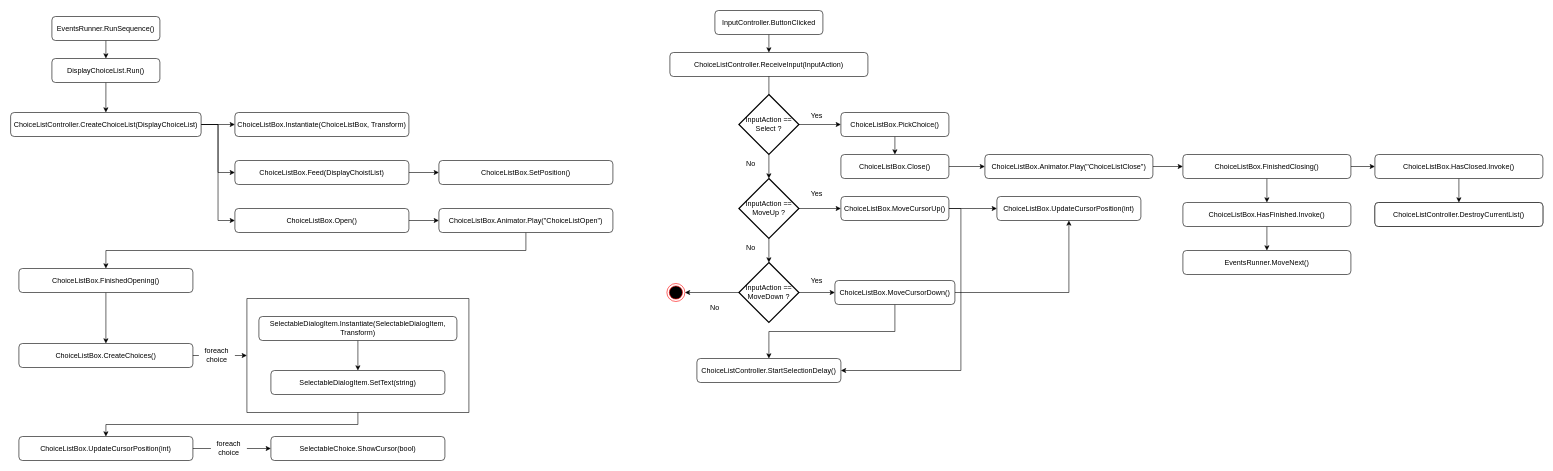
This is page "Dialogs.DisplayChoiceList" (4 of 8) of Ace_Engine.drawio from MaximeJoly96/LC_Unity, a draw.io file, before an edit. Source tidied: cells renumbered, new cells numbered last; positions are measured from the earlier drawing's top-left corner, leaving out a move shared by most shapes. Both pictures are drawn from the tidied source at 60%, with x=0, y=0 at pixel (10, 10).
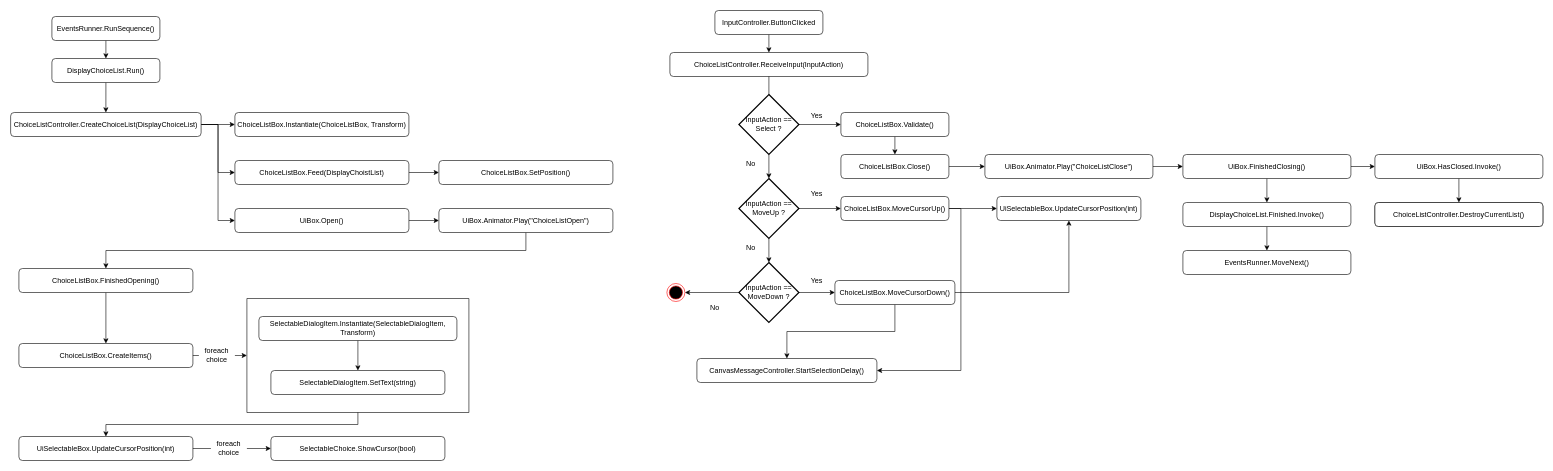
The same diagram, later.

Diff of the diagram source:
```diff
@@
-    <mxCell id="15" value="ChoiceListBox.Open()" style="rounded=1;whiteSpace=wrap;html=1;" parent="1" vertex="1">
+    <mxCell id="15" value="UiBox.Open()" style="rounded=1;whiteSpace=wrap;html=1;" parent="1" vertex="1">
       <mxGeometry x="374" y="330" width="290" height="40" as="geometry" />
     </mxCell>
@@
-    <mxCell id="17" value="ChoiceListBox.Animator.Play(&quot;ChoiceListOpen&quot;)" style="rounded=1;whiteSpace=wrap;html=1;" parent="1" vertex="1">
+    <mxCell id="17" value="UiBox.Animator.Play(&quot;ChoiceListOpen&quot;)" style="rounded=1;whiteSpace=wrap;html=1;" parent="1" vertex="1">
       <mxGeometry x="714" y="330" width="290" height="40" as="geometry" />
     </mxCell>
@@
-    <mxCell id="20" value="ChoiceListBox.CreateChoices()" style="rounded=1;whiteSpace=wrap;html=1;" parent="1" vertex="1">
+    <mxCell id="20" value="ChoiceListBox.CreateItems()" style="rounded=1;whiteSpace=wrap;html=1;" parent="1" vertex="1">
       <mxGeometry x="14" y="555" width="290" height="40" as="geometry" />
     </mxCell>
@@
-    <mxCell id="30" value="ChoiceListBox.UpdateCursorPosition(int)" style="rounded=1;whiteSpace=wrap;html=1;" parent="1" vertex="1">
+    <mxCell id="30" value="UiSelectableBox.UpdateCursorPosition(int)" style="rounded=1;whiteSpace=wrap;html=1;" parent="1" vertex="1">
       <mxGeometry x="14" y="710" width="290" height="40" as="geometry" />
     </mxCell>
@@
-    <mxCell id="52" value="ChoiceListBox.PickChoice()" style="rounded=1;whiteSpace=wrap;html=1;" parent="1" vertex="1">
+    <mxCell id="52" value="ChoiceListBox.Validate()" style="rounded=1;whiteSpace=wrap;html=1;" parent="1" vertex="1">
       <mxGeometry x="1384" y="170" width="180" height="40" as="geometry" />
     </mxCell>
@@
-    <mxCell id="60" value="ChoiceListBox.UpdateCursorPosition(int)" style="rounded=1;whiteSpace=wrap;html=1;" parent="1" vertex="1">
+    <mxCell id="60" value="UiSelectableBox.UpdateCursorPosition(int)" style="rounded=1;whiteSpace=wrap;html=1;" parent="1" vertex="1">
       <mxGeometry x="1644" y="310" width="240" height="40" as="geometry" />
     </mxCell>
-    <mxCell id="61" value="ChoiceListController.StartSelectionDelay()" style="rounded=1;whiteSpace=wrap;html=1;" parent="1" vertex="1">
-      <mxGeometry x="1144" y="580" width="240" height="40" as="geometry" />
+    <mxCell id="61" value="CanvasMessageController.StartSelectionDelay()" style="rounded=1;whiteSpace=wrap;html=1;" parent="1" vertex="1">
+      <mxGeometry x="1144" y="580" width="300" height="40" as="geometry" />
     </mxCell>
@@
-    <mxCell id="67" value="ChoiceListBox.Animator.Play(&quot;ChoiceListClose&quot;)" style="rounded=1;whiteSpace=wrap;html=1;" parent="1" vertex="1">
+    <mxCell id="67" value="UiBox.Animator.Play(&quot;ChoiceListClose&quot;)" style="rounded=1;whiteSpace=wrap;html=1;" parent="1" vertex="1">
       <mxGeometry x="1624" y="240" width="280" height="40" as="geometry" />
     </mxCell>
@@
-    <mxCell id="70" value="ChoiceListBox.FinishedClosing()" style="rounded=1;whiteSpace=wrap;html=1;" parent="1" vertex="1">
+    <mxCell id="70" value="UiBox.FinishedClosing()" style="rounded=1;whiteSpace=wrap;html=1;" parent="1" vertex="1">
       <mxGeometry x="1954" y="240" width="280" height="40" as="geometry" />
     </mxCell>
@@
-    <mxCell id="72" value="ChoiceListBox.HasFinished.Invoke()" style="rounded=1;whiteSpace=wrap;html=1;" parent="1" vertex="1">
+    <mxCell id="72" value="DisplayChoiceList.Finished.Invoke()" style="rounded=1;whiteSpace=wrap;html=1;" parent="1" vertex="1">
       <mxGeometry x="1954" y="320" width="280" height="40" as="geometry" />
     </mxCell>
@@
-    <mxCell id="75" value="ChoiceListBox.HasClosed.Invoke()" style="rounded=1;whiteSpace=wrap;html=1;" parent="1" vertex="1">
+    <mxCell id="75" value="UiBox.HasClosed.Invoke()" style="rounded=1;whiteSpace=wrap;html=1;" parent="1" vertex="1">
       <mxGeometry x="2274" y="240" width="280" height="40" as="geometry" />
     </mxCell>
```
